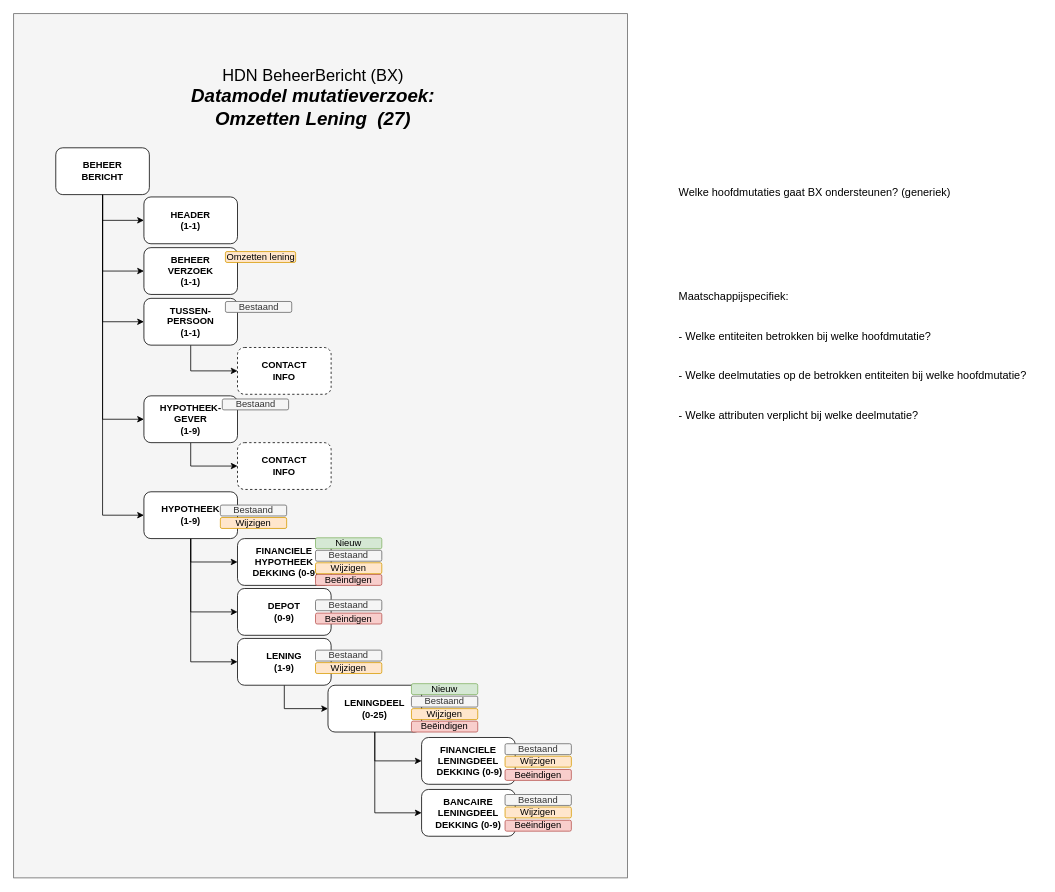
The draw.io diagram page "BX Entiteiten - Datamodel OL" (1 of 5) of HDN_BX_MM_OmzettenLening.drawio in luchthandel/diagrams, before the edit. Source tidied: cells renumbered, new cells numbered last; positions are measured from the earlier drawing's top-left corner, leaving out a move shared by most shapes. Both pictures are drawn from the tidied source at 78%, with x=0, y=0 at pixel (13, 13).
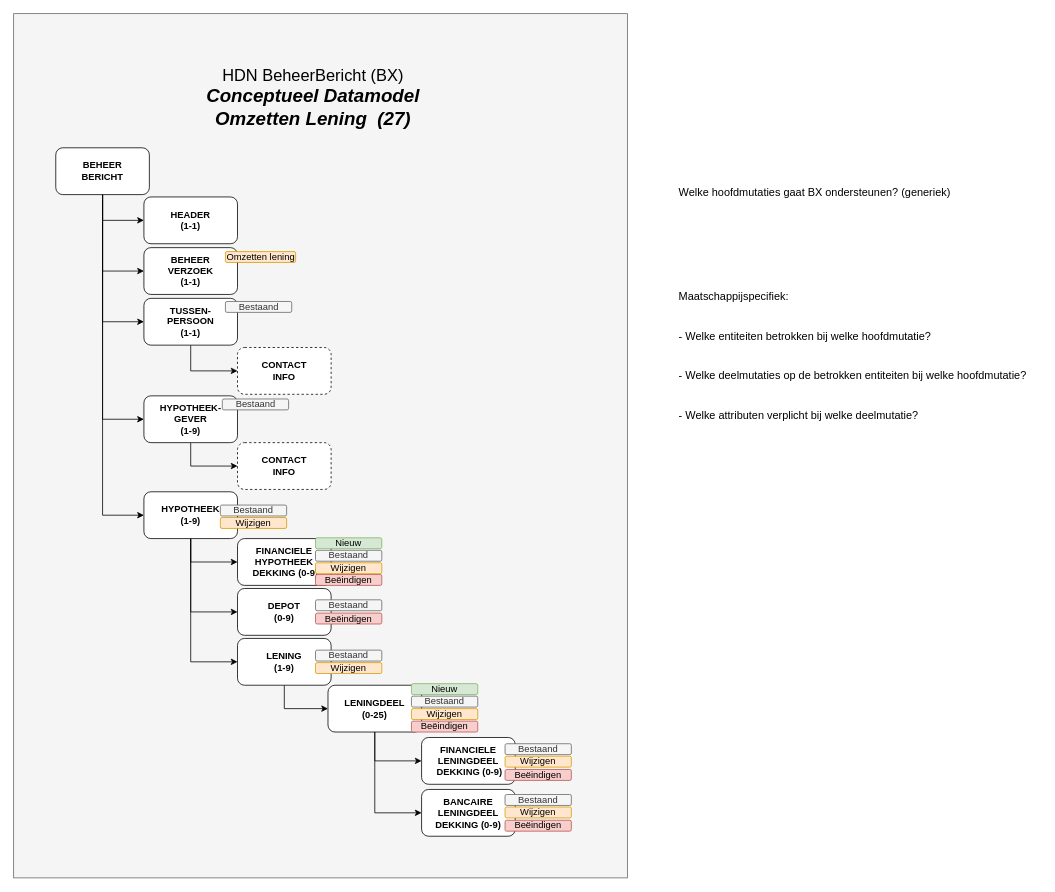
The same page after the edit.

What changed in the source:
```diff
@@
-    <mxCell id="27" value="&lt;font style=&quot;font-size: 21px&quot;&gt;HDN BeheerBericht (BX)&lt;br&gt;&lt;/font&gt;&lt;span style=&quot;font-size: 24px&quot;&gt;&lt;b&gt;&lt;i&gt;Datamodel mutatieverzoek:&lt;br&gt;Omzetten Lening&amp;nbsp;&lt;/i&gt;&lt;/b&gt;&lt;/span&gt;&lt;b style=&quot;font-size: 24px&quot;&gt;&lt;i&gt;&amp;nbsp;(27)&lt;/i&gt;&lt;/b&gt;" style="text;html=1;strokeColor=none;fillColor=none;align=center;verticalAlign=middle;whiteSpace=wrap;rounded=0;" parent="1" vertex="1">
+    <mxCell id="27" value="&lt;font style=&quot;font-size: 21px&quot;&gt;HDN BeheerBericht (BX)&lt;br&gt;&lt;/font&gt;&lt;span style=&quot;font-size: 24px&quot;&gt;&lt;b&gt;&lt;i&gt;Conceptueel Datamodel&lt;br&gt;Omzetten Lening&amp;nbsp;&lt;/i&gt;&lt;/b&gt;&lt;/span&gt;&lt;b style=&quot;font-size: 24px&quot;&gt;&lt;i&gt;&amp;nbsp;(27)&lt;/i&gt;&lt;/b&gt;" style="text;html=1;strokeColor=none;fillColor=none;align=center;verticalAlign=middle;whiteSpace=wrap;rounded=0;" parent="1" vertex="1">
       <mxGeometry x="206" y="71" width="356.4" height="74.5" as="geometry" />
     </mxCell>
```
